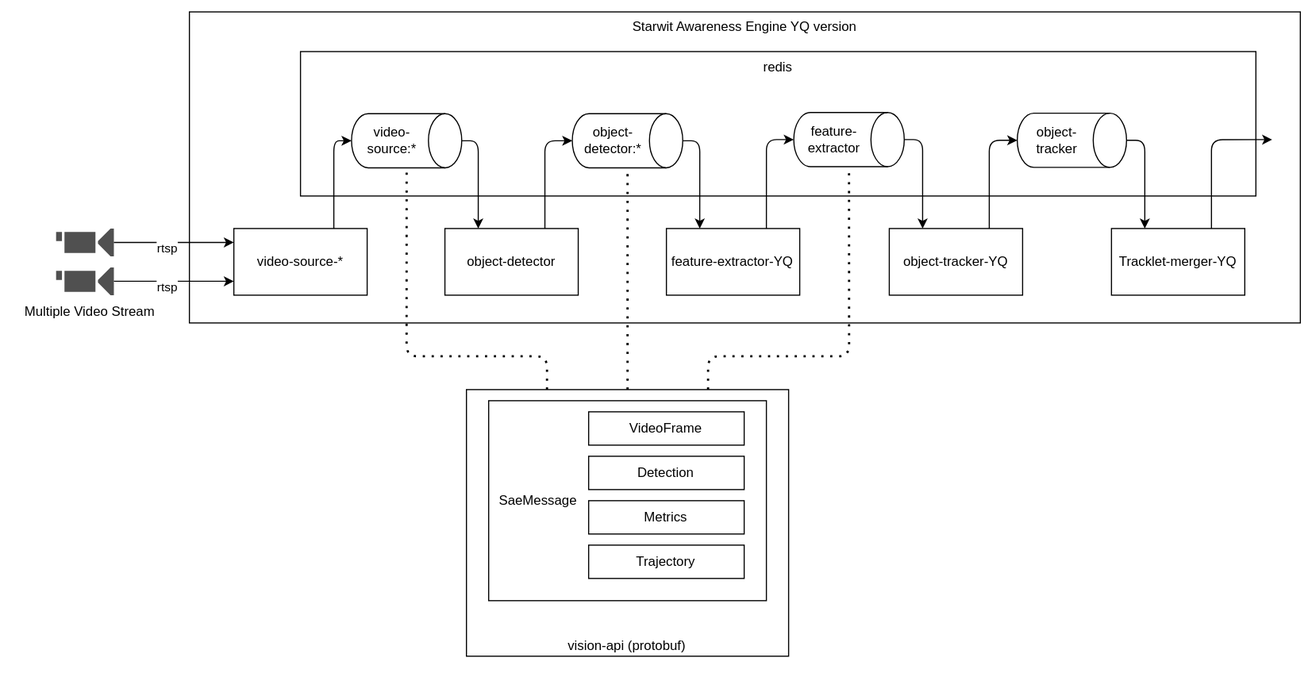
siri-rouser/Multi-Camera-Vision-Pipeline-YQ keeps this draw.io diagram as doc/pipeline.drawio.svg. Above is the earlier version. Source tidied: cells renumbered, new cells last; positions are measured from the earlier drawing's top-left corner, leaving out a move shared by most shapes.
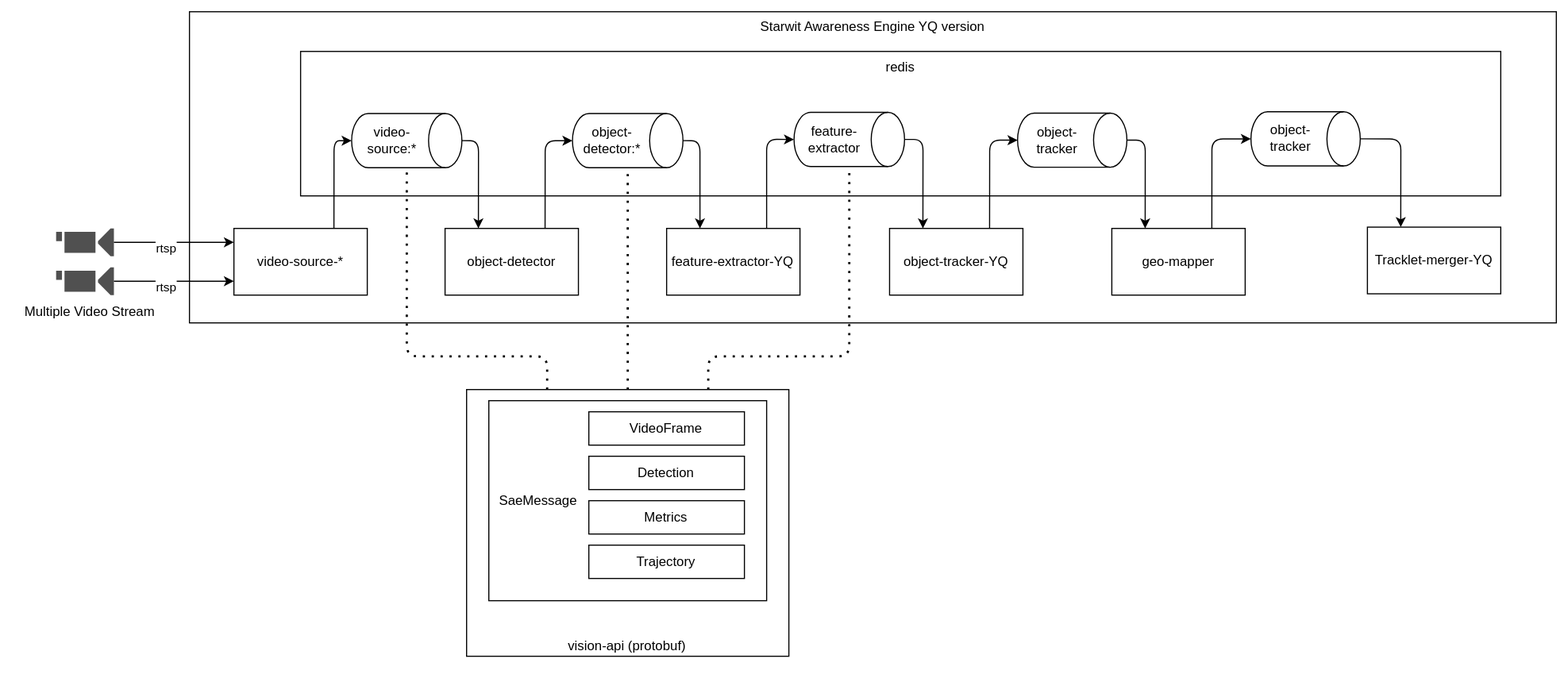
Later version of the same file.

Diff of the diagram source:
```diff
@@ -3,7 +3,7 @@
     <mxCell id="0" />
     <mxCell id="1" parent="0" />
     <mxCell id="2" value="Starwit Awareness Engine YQ version" style="rounded=0;whiteSpace=wrap;html=1;verticalAlign=top;" parent="1" vertex="1">
-      <mxGeometry x="160" y="20" width="1000" height="280" as="geometry" />
+      <mxGeometry x="160" y="20" width="1230" height="280" as="geometry" />
     </mxCell>
     <mxCell id="3" value="video-source-*" style="rounded=0;whiteSpace=wrap;html=1;" parent="1" vertex="1">
       <mxGeometry x="200" y="215" width="120" height="60" as="geometry" />
@@ -31,7 +31,7 @@
       </mxGeometry>
     </mxCell>
     <mxCell id="10" value="redis" style="rounded=0;whiteSpace=wrap;html=1;verticalAlign=top;" parent="1" vertex="1">
-      <mxGeometry x="260" y="55.7" width="860" height="130" as="geometry" />
+      <mxGeometry x="260" y="55.7" width="1080" height="130" as="geometry" />
     </mxCell>
     <mxCell id="11" style="edgeStyle=orthogonalEdgeStyle;html=1;exitX=0.5;exitY=0;exitDx=0;exitDy=0;exitPerimeter=0;entryX=0.25;entryY=0;entryDx=0;entryDy=0;" parent="1" edge="1" source="12" target="5">
       <mxGeometry relative="1" as="geometry" />
@@ -111,7 +111,7 @@
     <mxCell id="32" value="Trajectory" style="rounded=0;whiteSpace=wrap;html=1;" parent="1" vertex="1">
       <mxGeometry x="519.4" y="500" width="140" height="30" as="geometry" />
     </mxCell>
-    <mxCell id="33" value="&lt;span style=&quot;font-weight: normal;&quot;&gt;Tracklet-merger-YQ&lt;/span&gt;" style="rounded=0;whiteSpace=wrap;html=1;fontStyle=1;" parent="1" vertex="1">
+    <mxCell id="33" value="&lt;span style=&quot;font-weight: 400;&quot;&gt;geo-mapper&lt;/span&gt;" style="rounded=0;whiteSpace=wrap;html=1;fontStyle=1;" parent="1" vertex="1">
       <mxGeometry x="990" y="215" width="120" height="60" as="geometry" />
     </mxCell>
     <mxCell id="34" style="sketch=0;shadow=0;dashed=0;html=1;strokeColor=none;fillColor=#505050;labelPosition=center;verticalLabelPosition=bottom;verticalAlign=top;outlineConnect=0;align=center;shape=mxgraph.office.devices.video_camera;" parent="1" vertex="1">
@@ -125,13 +125,21 @@
     <mxCell id="36" value="&lt;font color=&quot;#000000&quot;&gt;Multiple Video Stream&lt;/font&gt;" style="text;html=1;align=center;verticalAlign=middle;strokeColor=none;fillColor=none;" parent="1" vertex="1">
       <mxGeometry y="275" width="140" height="30" as="geometry" />
     </mxCell>
-    <mxCell id="37" style="edgeStyle=orthogonalEdgeStyle;html=1;entryX=0.5;entryY=1;entryDx=0;entryDy=0;entryPerimeter=0;exitX=0.75;exitY=0;exitDx=0;exitDy=0;" parent="1" edge="1" source="33">
+    <mxCell id="37" style="edgeStyle=orthogonalEdgeStyle;html=1;entryX=0.5;entryY=1;entryDx=0;entryDy=0;entryPerimeter=0;exitX=0.75;exitY=0;exitDx=0;exitDy=0;" parent="1" edge="1" source="33" target="39">
       <mxGeometry relative="1" as="geometry">
-        <mxPoint x="1134.7" y="135" as="targetPoint" />
         <Array as="points">
-          <mxPoint x="1080" y="135" />
+          <mxPoint x="1080" y="134" />
         </Array>
       </mxGeometry>
     </mxCell>
+    <mxCell id="38" style="edgeStyle=orthogonalEdgeStyle;html=1;exitX=0.5;exitY=0;exitDx=0;exitDy=0;exitPerimeter=0;entryX=0.25;entryY=0;entryDx=0;entryDy=0;" parent="1" edge="1" source="39" target="40">
+      <mxGeometry relative="1" as="geometry" />
+    </mxCell>
+    <mxCell id="39" value="object-tracker" style="shape=cylinder3;whiteSpace=wrap;html=1;boundedLbl=1;backgroundOutline=1;size=15;rotation=90;horizontal=0;" parent="1" vertex="1">
+      <mxGeometry x="1140" y="85.2" width="48.8" height="98.4" as="geometry" />
+    </mxCell>
+    <mxCell id="40" value="&lt;span style=&quot;font-weight: normal;&quot;&gt;Tracklet-merger-YQ&lt;/span&gt;" style="rounded=0;whiteSpace=wrap;html=1;fontStyle=1;" parent="1" vertex="1">
+      <mxGeometry x="1220" y="213.8" width="120" height="60" as="geometry" />
+    </mxCell>
   </root>
 </mxGraphModel>
```
